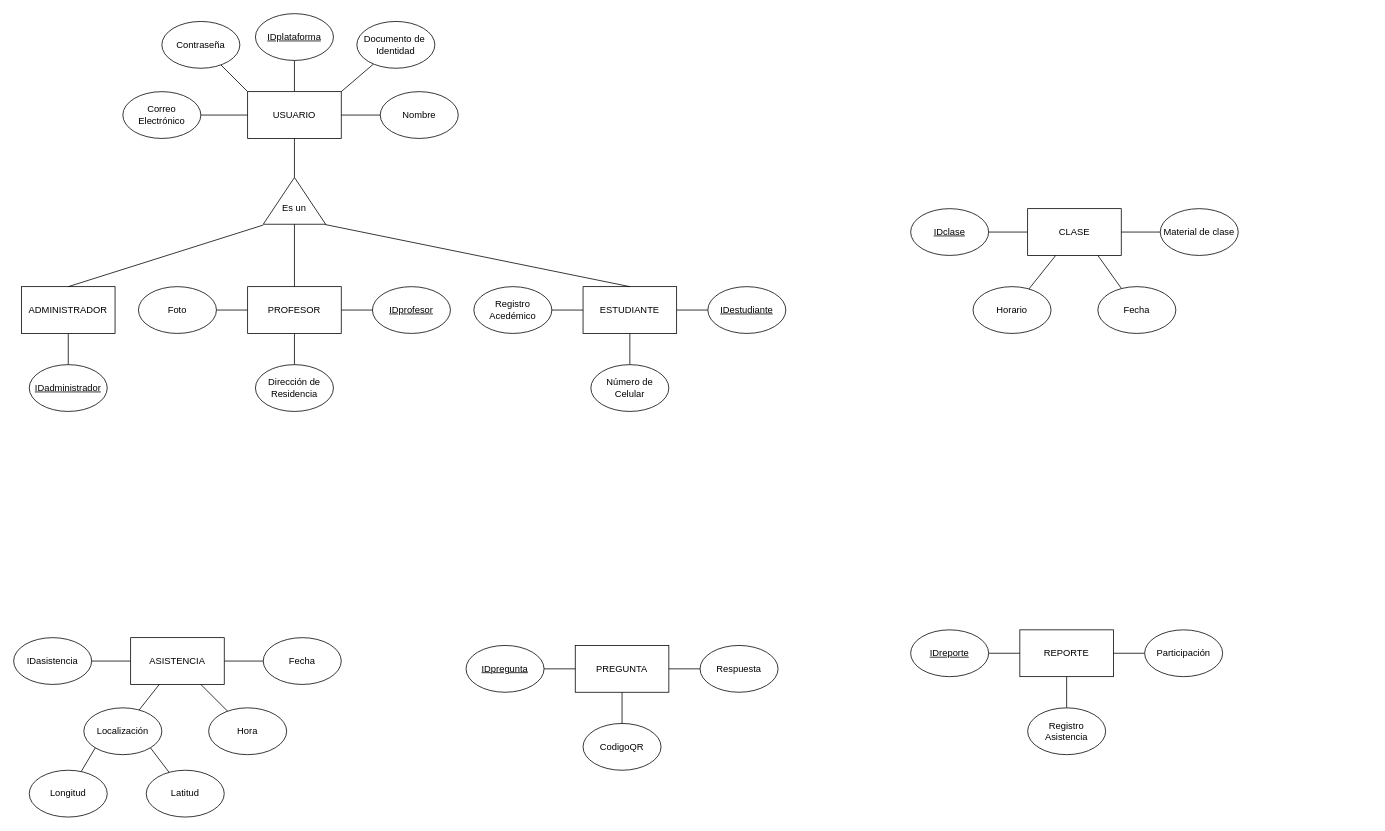
Before: Attenzio Entidad-Relación.drawio in 18luisc/Attenzio, a draw.io diagram. Source tidied: cells renumbered, new cells numbered last; positions are measured from the earlier drawing's top-left corner, leaving out a move shared by most shapes. Both pictures are drawn from the tidied source at 78%, with x=0, y=0 at pixel (13, 13).
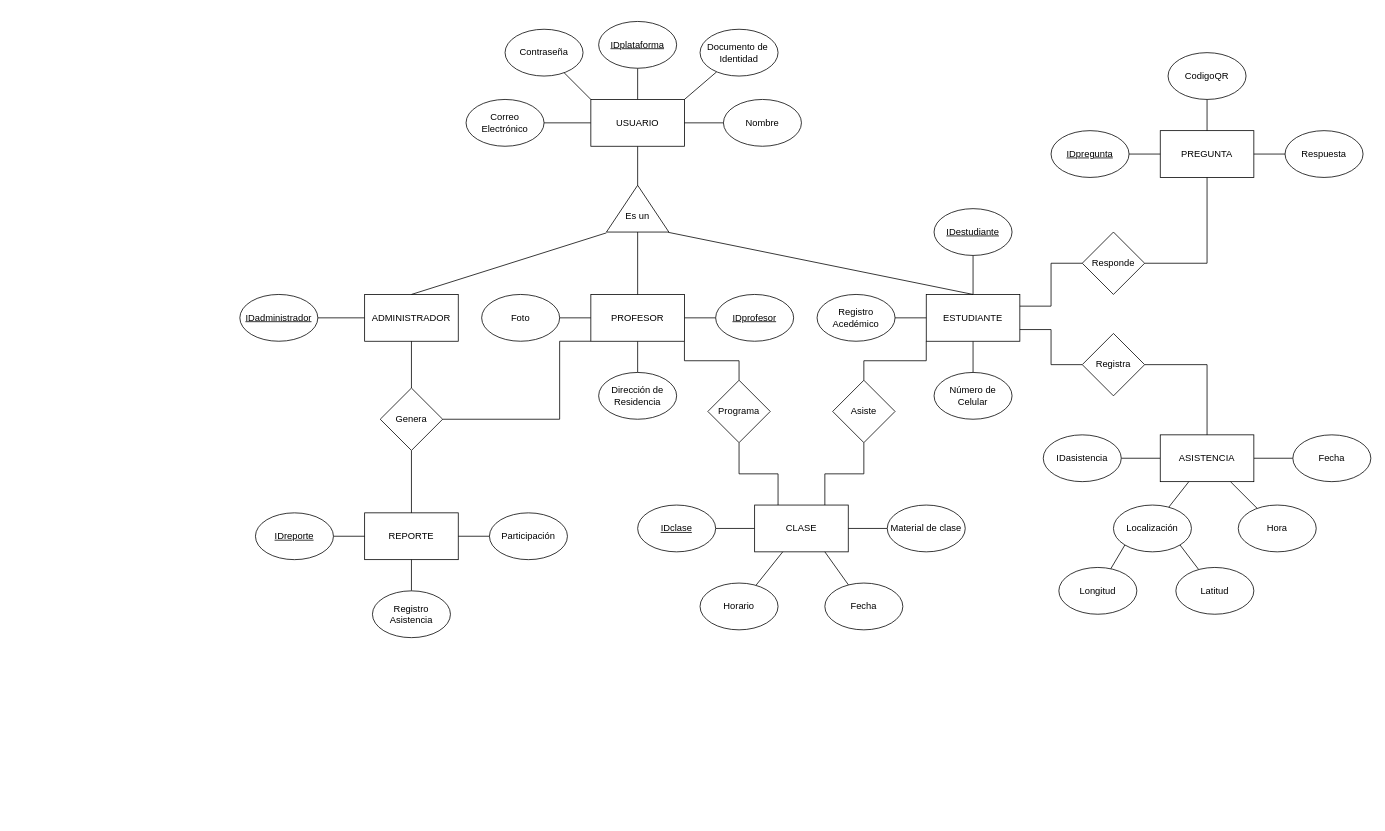
After the change.

Commit message:
Se agregan algunas relaciones entre las entidades

What changed in the source:
```diff
@@
     <mxCell id="5" value="USUARIO" style="rounded=0;whiteSpace=wrap;html=1;" parent="1" vertex="1">
-      <mxGeometry x="300" y="100" width="120" height="60" as="geometry" />
+      <mxGeometry x="740" y="110" width="120" height="60" as="geometry" />
     </mxCell>
@@
     <mxCell id="8" value="ESTUDIANTE" style="rounded=0;whiteSpace=wrap;html=1;" parent="1" vertex="1">
-      <mxGeometry x="730" y="350" width="120" height="60" as="geometry" />
+      <mxGeometry x="1170" y="360" width="120" height="60" as="geometry" />
     </mxCell>
@@
     <mxCell id="12" value="PROFESOR" style="rounded=0;whiteSpace=wrap;html=1;" parent="1" vertex="1">
-      <mxGeometry x="300" y="350" width="120" height="60" as="geometry" />
+      <mxGeometry x="740" y="360" width="120" height="60" as="geometry" />
     </mxCell>
-    <mxCell id="13" style="edgeStyle=orthogonalEdgeStyle;rounded=0;jettySize=auto;html=1;entryX=0.5;entryY=0;entryDx=0;entryDy=0;endArrow=none;endFill=0;" parent="1" edge="1" source="14" target="32">
+    <mxCell id="13" style="edgeStyle=orthogonalEdgeStyle;rounded=0;jettySize=auto;html=1;entryX=1;entryY=0.5;entryDx=0;entryDy=0;endArrow=none;endFill=0;" parent="1" edge="1" source="14" target="32">
       <mxGeometry relative="1" as="geometry" />
     </mxCell>
     <mxCell id="14" value="ADMINISTRADOR" style="rounded=0;whiteSpace=wrap;html=1;" parent="1" vertex="1">
-      <mxGeometry x="10" y="350" width="120" height="60" as="geometry" />
+      <mxGeometry x="450" y="360" width="120" height="60" as="geometry" />
     </mxCell>
@@
     <mxCell id="16" value="CLASE" style="rounded=0;whiteSpace=wrap;html=1;" parent="1" vertex="1">
-      <mxGeometry x="1300" y="250" width="120" height="60" as="geometry" />
+      <mxGeometry x="950" y="630" width="120" height="60" as="geometry" />
     </mxCell>
@@
     <mxCell id="19" value="ASISTENCIA" style="rounded=0;whiteSpace=wrap;html=1;" parent="1" vertex="1">
-      <mxGeometry x="150" y="800" width="120" height="60" as="geometry" />
+      <mxGeometry x="1470" y="540" width="120" height="60" as="geometry" />
     </mxCell>
     <mxCell id="20" value="PREGUNTA" style="rounded=0;whiteSpace=wrap;html=1;" parent="1" vertex="1">
-      <mxGeometry x="720" y="810" width="120" height="60" as="geometry" />
+      <mxGeometry x="1470" y="150" width="120" height="60" as="geometry" />
     </mxCell>
     <mxCell id="21" value="REPORTE" style="rounded=0;whiteSpace=wrap;html=1;" parent="1" vertex="1">
-      <mxGeometry x="1290" y="790" width="120" height="60" as="geometry" />
+      <mxGeometry x="450" y="640" width="120" height="60" as="geometry" />
     </mxCell>
@@
     <mxCell id="23" value="Documento de&amp;nbsp;&lt;div&gt;Identidad&lt;/div&gt;" style="ellipse;whiteSpace=wrap;html=1;" parent="1" vertex="1">
-      <mxGeometry x="440" y="10" width="100" height="60" as="geometry" />
+      <mxGeometry x="880" y="20" width="100" height="60" as="geometry" />
     </mxCell>
@@
     <mxCell id="25" value="Contraseña" style="ellipse;whiteSpace=wrap;html=1;" parent="1" vertex="1">
-      <mxGeometry x="190" y="10" width="100" height="60" as="geometry" />
+      <mxGeometry x="630" y="20" width="100" height="60" as="geometry" />
     </mxCell>
     <mxCell id="26" value="Correo Electrónico" style="ellipse;whiteSpace=wrap;html=1;" parent="1" vertex="1">
-      <mxGeometry x="140" y="100" width="100" height="60" as="geometry" />
+      <mxGeometry x="580" y="110" width="100" height="60" as="geometry" />
     </mxCell>
@@
     <mxCell id="28" value="Nombre" style="ellipse;whiteSpace=wrap;html=1;" parent="1" vertex="1">
-      <mxGeometry x="470" y="100" width="100" height="60" as="geometry" />
+      <mxGeometry x="910" y="110" width="100" height="60" as="geometry" />
     </mxCell>
     <mxCell id="29" value="&lt;u&gt;IDplataforma&lt;/u&gt;" style="ellipse;whiteSpace=wrap;html=1;" parent="1" vertex="1">
-      <mxGeometry x="310" width="100" height="60" as="geometry" />
+      <mxGeometry x="750" y="10" width="100" height="60" as="geometry" />
     </mxCell>
     <mxCell id="30" value="&lt;u&gt;IDestudiante&lt;/u&gt;" style="ellipse;whiteSpace=wrap;html=1;" parent="1" vertex="1">
-      <mxGeometry x="890" y="350" width="100" height="60" as="geometry" />
+      <mxGeometry x="1180" y="250" width="100" height="60" as="geometry" />
     </mxCell>
     <mxCell id="31" value="&lt;u&gt;IDprofesor&lt;/u&gt;" style="ellipse;whiteSpace=wrap;html=1;" parent="1" vertex="1">
-      <mxGeometry x="460" y="350" width="100" height="60" as="geometry" />
+      <mxGeometry x="900" y="360" width="100" height="60" as="geometry" />
     </mxCell>
     <mxCell id="32" value="&lt;u&gt;IDadministrador&lt;/u&gt;" style="ellipse;whiteSpace=wrap;html=1;" parent="1" vertex="1">
-      <mxGeometry x="20" y="450" width="100" height="60" as="geometry" />
+      <mxGeometry x="290" y="360" width="100" height="60" as="geometry" />
     </mxCell>
     <mxCell id="33" value="Dirección de Residencia" style="ellipse;whiteSpace=wrap;html=1;" parent="1" vertex="1">
-      <mxGeometry x="310" y="450" width="100" height="60" as="geometry" />
+      <mxGeometry x="750" y="460" width="100" height="60" as="geometry" />
     </mxCell>
     <mxCell id="34" value="Foto" style="ellipse;whiteSpace=wrap;html=1;" parent="1" vertex="1">
-      <mxGeometry x="160" y="350" width="100" height="60" as="geometry" />
+      <mxGeometry x="600" y="360" width="100" height="60" as="geometry" />
     </mxCell>
     <mxCell id="35" value="Número de Celular" style="ellipse;whiteSpace=wrap;html=1;" parent="1" vertex="1">
-      <mxGeometry x="740" y="450" width="100" height="60" as="geometry" />
+      <mxGeometry x="1180" y="460" width="100" height="60" as="geometry" />
     </mxCell>
@@
     <mxCell id="37" value="Registro Acedémico" style="ellipse;whiteSpace=wrap;html=1;" parent="1" vertex="1">
-      <mxGeometry x="590" y="350" width="100" height="60" as="geometry" />
+      <mxGeometry x="1030" y="360" width="100" height="60" as="geometry" />
     </mxCell>
     <mxCell id="38" value="&lt;u&gt;IDclase&lt;/u&gt;" style="ellipse;whiteSpace=wrap;html=1;" parent="1" vertex="1">
-      <mxGeometry x="1150" y="250" width="100" height="60" as="geometry" />
+      <mxGeometry x="800" y="630" width="100" height="60" as="geometry" />
     </mxCell>
@@
     <mxCell id="40" value="Fecha" style="ellipse;whiteSpace=wrap;html=1;" parent="1" vertex="1">
-      <mxGeometry x="1390" y="350" width="100" height="60" as="geometry" />
+      <mxGeometry x="1040" y="730" width="100" height="60" as="geometry" />
     </mxCell>
@@
     <mxCell id="42" value="Horario" style="ellipse;whiteSpace=wrap;html=1;" parent="1" vertex="1">
-      <mxGeometry x="1230" y="350" width="100" height="60" as="geometry" />
+      <mxGeometry x="880" y="730" width="100" height="60" as="geometry" />
     </mxCell>
@@
     <mxCell id="44" value="Material de clase" style="ellipse;whiteSpace=wrap;html=1;" parent="1" vertex="1">
-      <mxGeometry x="1470" y="250" width="100" height="60" as="geometry" />
+      <mxGeometry x="1120" y="630" width="100" height="60" as="geometry" />
     </mxCell>
     <mxCell id="45" value="Fecha" style="ellipse;whiteSpace=wrap;html=1;" parent="1" vertex="1">
-      <mxGeometry x="320" y="800" width="100" height="60" as="geometry" />
+      <mxGeometry x="1640" y="540" width="100" height="60" as="geometry" />
     </mxCell>
@@
     <mxCell id="47" value="Hora" style="ellipse;whiteSpace=wrap;html=1;" parent="1" vertex="1">
-      <mxGeometry x="250" y="890" width="100" height="60" as="geometry" />
+      <mxGeometry x="1570" y="630" width="100" height="60" as="geometry" />
     </mxCell>
@@
     <mxCell id="49" value="Localización" style="ellipse;whiteSpace=wrap;html=1;" parent="1" vertex="1">
-      <mxGeometry x="90" y="890" width="100" height="60" as="geometry" />
+      <mxGeometry x="1410" y="630" width="100" height="60" as="geometry" />
     </mxCell>
@@
     <mxCell id="51" value="Longitud" style="ellipse;whiteSpace=wrap;html=1;" parent="1" vertex="1">
-      <mxGeometry x="20" y="970" width="100" height="60" as="geometry" />
+      <mxGeometry x="1340" y="710" width="100" height="60" as="geometry" />
     </mxCell>
@@
     <mxCell id="53" value="Latitud" style="ellipse;whiteSpace=wrap;html=1;" parent="1" vertex="1">
-      <mxGeometry x="170" y="970" width="100" height="60" as="geometry" />
+      <mxGeometry x="1490" y="710" width="100" height="60" as="geometry" />
     </mxCell>
     <mxCell id="54" value="IDasistencia" style="ellipse;whiteSpace=wrap;html=1;" parent="1" vertex="1">
-      <mxGeometry y="800" width="100" height="60" as="geometry" />
+      <mxGeometry x="1320" y="540" width="100" height="60" as="geometry" />
     </mxCell>
@@
     <mxCell id="56" value="Respuesta" style="ellipse;whiteSpace=wrap;html=1;" parent="1" vertex="1">
-      <mxGeometry x="880" y="810" width="100" height="60" as="geometry" />
+      <mxGeometry x="1630" y="150" width="100" height="60" as="geometry" />
     </mxCell>
@@
     <mxCell id="58" value="CodigoQR" style="ellipse;whiteSpace=wrap;html=1;" parent="1" vertex="1">
-      <mxGeometry x="730" y="910" width="100" height="60" as="geometry" />
+      <mxGeometry x="1480" y="50" width="100" height="60" as="geometry" />
     </mxCell>
@@
     <mxCell id="60" value="&lt;u&gt;IDpregunta&lt;/u&gt;" style="ellipse;whiteSpace=wrap;html=1;" parent="1" vertex="1">
-      <mxGeometry x="580" y="810" width="100" height="60" as="geometry" />
+      <mxGeometry x="1330" y="150" width="100" height="60" as="geometry" />
     </mxCell>
@@
     <mxCell id="62" value="Participación" style="ellipse;whiteSpace=wrap;html=1;" parent="1" vertex="1">
-      <mxGeometry x="1450" y="790" width="100" height="60" as="geometry" />
+      <mxGeometry x="610" y="640" width="100" height="60" as="geometry" />
     </mxCell>
@@
     <mxCell id="64" value="Registro&lt;div&gt;Asistencia&lt;/div&gt;" style="ellipse;whiteSpace=wrap;html=1;" parent="1" vertex="1">
-      <mxGeometry x="1300" y="890" width="100" height="60" as="geometry" />
+      <mxGeometry x="460" y="740" width="100" height="60" as="geometry" />
     </mxCell>
@@
     <mxCell id="66" value="&lt;u&gt;IDreporte&lt;/u&gt;" style="ellipse;whiteSpace=wrap;html=1;" parent="1" vertex="1">
-      <mxGeometry x="1150" y="790" width="100" height="60" as="geometry" />
+      <mxGeometry x="310" y="640" width="100" height="60" as="geometry" />
     </mxCell>
     <mxCell id="67" style="triangle;whiteSpace=wrap;html=1;rotation=-90;" parent="1" vertex="1">
-      <mxGeometry x="330" y="200" width="60" height="80" as="geometry" />
+      <mxGeometry x="770" y="210" width="60" height="80" as="geometry" />
     </mxCell>
     <mxCell id="68" value="Es un" style="text;html=1;align=center;verticalAlign=middle;whiteSpace=wrap;rounded=0;" parent="1" vertex="1">
-      <mxGeometry x="340" y="240" width="40" height="20" as="geometry" />
+      <mxGeometry x="780" y="250" width="40" height="20" as="geometry" />
     </mxCell>
@@
+    <mxCell id="72" style="rounded=0;jettySize=auto;html=1;endArrow=none;endFill=0;edgeStyle=orthogonalEdgeStyle;entryX=1;entryY=0.75;entryDx=0;entryDy=0;" parent="1" edge="1" source="74" target="8">
+      <mxGeometry relative="1" as="geometry" />
+    </mxCell>
+    <mxCell id="73" style="rounded=0;jettySize=auto;html=1;endArrow=none;endFill=0;edgeStyle=orthogonalEdgeStyle;" parent="1" edge="1" source="74" target="19">
+      <mxGeometry relative="1" as="geometry" />
+    </mxCell>
+    <mxCell id="74" value="Registra" style="rhombus;whiteSpace=wrap;html=1;" parent="1" vertex="1">
+      <mxGeometry x="1370" y="410" width="80" height="80" as="geometry" />
+    </mxCell>
+    <mxCell id="75" style="rounded=0;jettySize=auto;html=1;endArrow=none;endFill=0;exitX=0.5;exitY=0;exitDx=0;exitDy=0;edgeStyle=orthogonalEdgeStyle;entryX=0;entryY=1;entryDx=0;entryDy=0;" parent="1" edge="1" source="77" target="8">
+      <mxGeometry relative="1" as="geometry" />
+    </mxCell>
+    <mxCell id="76" style="edgeStyle=orthogonalEdgeStyle;rounded=0;jettySize=auto;html=1;endArrow=none;endFill=0;entryX=0.75;entryY=0;entryDx=0;entryDy=0;" parent="1" edge="1" source="77" target="16">
+      <mxGeometry relative="1" as="geometry" />
+    </mxCell>
+    <mxCell id="77" value="Asiste" style="rhombus;whiteSpace=wrap;html=1;" parent="1" vertex="1">
+      <mxGeometry x="1050" y="470" width="80" height="80" as="geometry" />
+    </mxCell>
+    <mxCell id="78" style="edgeStyle=orthogonalEdgeStyle;rounded=0;jettySize=auto;html=1;endArrow=none;endFill=0;entryX=1;entryY=1;entryDx=0;entryDy=0;exitX=0.5;exitY=0;exitDx=0;exitDy=0;" parent="1" edge="1" source="80" target="12">
+      <mxGeometry relative="1" as="geometry" />
+    </mxCell>
+    <mxCell id="79" style="edgeStyle=orthogonalEdgeStyle;rounded=0;jettySize=auto;html=1;endArrow=none;endFill=0;entryX=0.25;entryY=0;entryDx=0;entryDy=0;" parent="1" edge="1" source="80" target="16">
+      <mxGeometry relative="1" as="geometry" />
+    </mxCell>
+    <mxCell id="80" value="Programa" style="rhombus;whiteSpace=wrap;html=1;" parent="1" vertex="1">
+      <mxGeometry x="890" y="470" width="80" height="80" as="geometry" />
+    </mxCell>
+    <mxCell id="81" style="edgeStyle=orthogonalEdgeStyle;rounded=0;jettySize=auto;html=1;endArrow=none;endFill=0;" parent="1" edge="1" source="83" target="20">
+      <mxGeometry relative="1" as="geometry" />
+    </mxCell>
+    <mxCell id="82" style="edgeStyle=orthogonalEdgeStyle;rounded=0;jettySize=auto;html=1;endArrow=none;endFill=0;entryX=1;entryY=0.25;entryDx=0;entryDy=0;" parent="1" edge="1" source="83" target="8">
+      <mxGeometry relative="1" as="geometry" />
+    </mxCell>
+    <mxCell id="83" value="Responde" style="rhombus;whiteSpace=wrap;html=1;" parent="1" vertex="1">
+      <mxGeometry x="1370" y="280" width="80" height="80" as="geometry" />
+    </mxCell>
+    <mxCell id="84" style="edgeStyle=orthogonalEdgeStyle;rounded=0;jettySize=auto;html=1;endArrow=none;endFill=0;" parent="1" edge="1" source="86" target="14">
+      <mxGeometry relative="1" as="geometry" />
+    </mxCell>
+    <mxCell id="85" style="edgeStyle=orthogonalEdgeStyle;rounded=0;jettySize=auto;html=1;endArrow=none;endFill=0;" parent="1" edge="1" source="86" target="21">
+      <mxGeometry relative="1" as="geometry" />
+    </mxCell>
+    <mxCell id="86" value="Genera" style="rhombus;whiteSpace=wrap;html=1;" parent="1" vertex="1">
+      <mxGeometry x="470" y="480" width="80" height="80" as="geometry" />
+    </mxCell>
+    <mxCell id="87" style="endArrow=none;html=1;rounded=0;entryX=0;entryY=1;entryDx=0;entryDy=0;exitX=1;exitY=0.5;exitDx=0;exitDy=0;edgeStyle=orthogonalEdgeStyle;" parent="1" edge="1" source="86" target="12">
+      <mxGeometry relative="1" as="geometry">
+        <Array as="points">
+          <mxPoint x="700" y="520" />
+          <mxPoint x="700" y="420" />
+        </Array>
+      </mxGeometry>
+    </mxCell>
```
